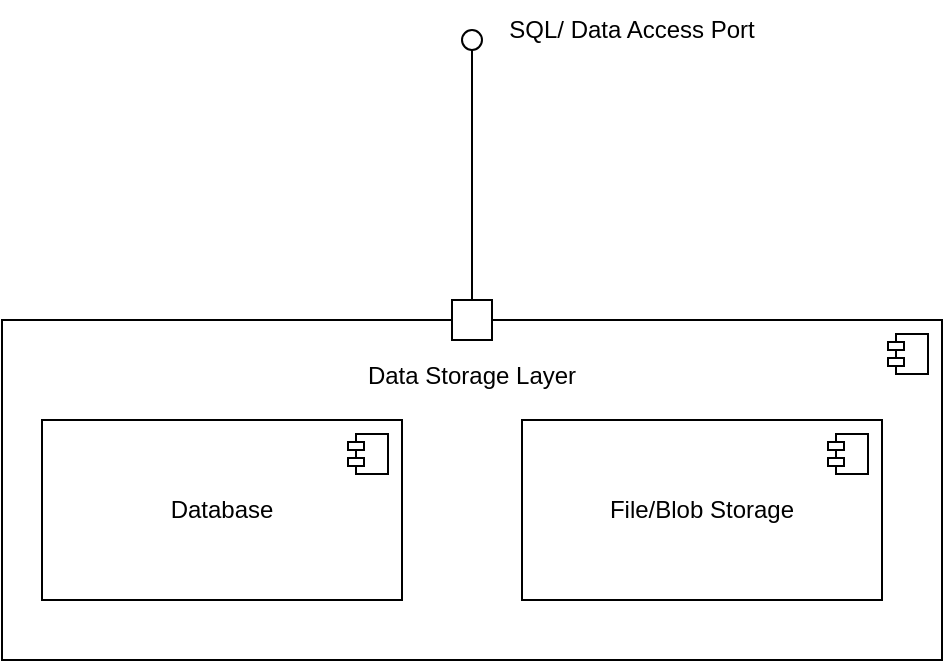
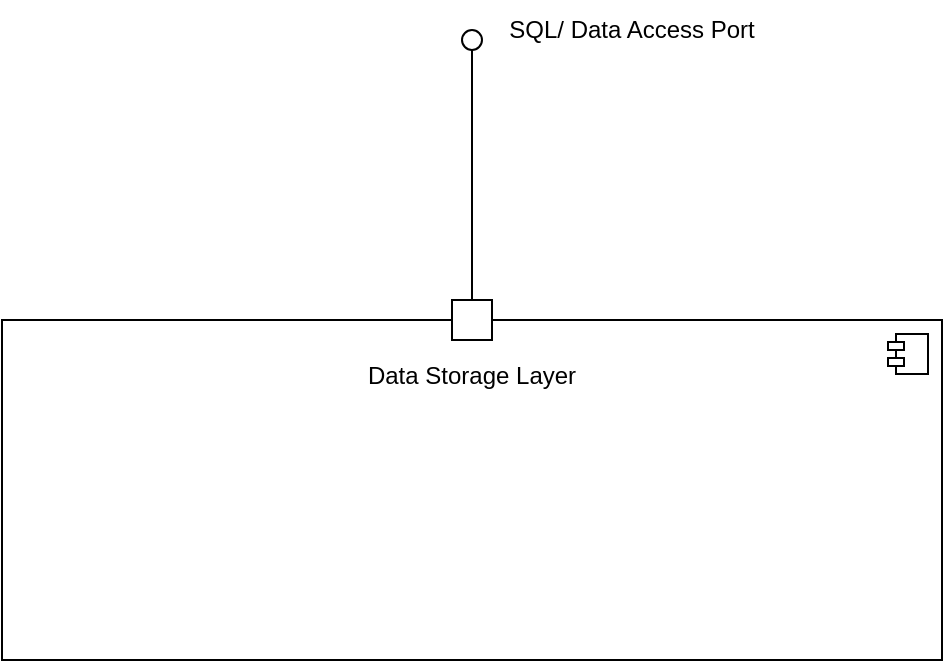
<mxfile host="app.diagrams.net">
  <diagram name="Page-1" id="F0QxqOnb7PiL8sqdAh83">
-     <mxGraphModel dx="994" dy="639" grid="1" gridSize="10" guides="1" tooltips="1" connect="1" arrows="1" fold="1" page="1" pageScale="1" pageWidth="850" pageHeight="1100" math="0" shadow="0">
+     <mxGraphModel dx="1406" dy="780" grid="1" gridSize="10" guides="1" tooltips="1" connect="1" arrows="1" fold="1" page="1" pageScale="1" pageWidth="850" pageHeight="1100" math="0" shadow="0">
      <root>
        <mxCell id="0" />
        <mxCell id="1" parent="0" />
        <mxCell id="UyaXTx_Y78mbNfcbwDsM-6" parent="1" style="html=1;dropTarget=0;whiteSpace=wrap;verticalAlign=top;" value="&lt;div&gt;&lt;br&gt;&lt;/div&gt;Data Storage Layer" vertex="1">
          <mxGeometry height="170" width="470" x="190" y="340" as="geometry" />
        </mxCell>
        <mxCell id="UyaXTx_Y78mbNfcbwDsM-7" parent="UyaXTx_Y78mbNfcbwDsM-6" style="shape=module;jettyWidth=8;jettyHeight=4;" value="" vertex="1">
-           <mxGeometry height="20" relative="1" width="20" x="1" as="geometry">
-             <mxPoint x="-27" y="7" as="offset" />
-           </mxGeometry>
-         </mxCell>
-         <mxCell id="UyaXTx_Y78mbNfcbwDsM-2" parent="1" style="html=1;dropTarget=0;whiteSpace=wrap;" value="Database" vertex="1">
-           <mxGeometry height="90" width="180" x="210" y="390" as="geometry" />
-         </mxCell>
-         <mxCell id="UyaXTx_Y78mbNfcbwDsM-3" parent="UyaXTx_Y78mbNfcbwDsM-2" style="shape=module;jettyWidth=8;jettyHeight=4;" value="" vertex="1">
-           <mxGeometry height="20" relative="1" width="20" x="1" as="geometry">
-             <mxPoint x="-27" y="7" as="offset" />
-           </mxGeometry>
-         </mxCell>
-         <mxCell id="UyaXTx_Y78mbNfcbwDsM-4" parent="1" style="html=1;dropTarget=0;whiteSpace=wrap;" value="File/Blob Storage" vertex="1">
-           <mxGeometry height="90" width="180" x="450" y="390" as="geometry" />
-         </mxCell>
-         <mxCell id="UyaXTx_Y78mbNfcbwDsM-5" parent="UyaXTx_Y78mbNfcbwDsM-4" style="shape=module;jettyWidth=8;jettyHeight=4;" value="" vertex="1">
          <mxGeometry height="20" relative="1" width="20" x="1" as="geometry">
            <mxPoint x="-27" y="7" as="offset" />
          </mxGeometry>
        </mxCell>
        <mxCell id="UyaXTx_Y78mbNfcbwDsM-11" parent="1" style="ellipse;whiteSpace=wrap;html=1;align=center;aspect=fixed;fillColor=none;strokeColor=none;resizable=0;perimeter=centerPerimeter;rotatable=0;allowArrows=0;points=[];outlineConnect=1;" value="" vertex="1">
          <mxGeometry height="10" width="10" x="305" y="360" as="geometry" />
        </mxCell>
        <mxCell id="UyaXTx_Y78mbNfcbwDsM-12" parent="1" style="text;html=1;whiteSpace=wrap;strokeColor=none;fillColor=none;align=center;verticalAlign=middle;rounded=0;" value="SQL/ Data Access Port" vertex="1">
          <mxGeometry height="30" width="150" x="430" y="180" as="geometry" />
        </mxCell>
        <mxCell id="UyaXTx_Y78mbNfcbwDsM-14" edge="1" parent="1" source="UyaXTx_Y78mbNfcbwDsM-6" style="rounded=0;orthogonalLoop=1;jettySize=auto;html=1;endArrow=oval;endFill=0;sketch=0;sourcePerimeterSpacing=0;targetPerimeterSpacing=0;endSize=10;exitX=0.5;exitY=0;exitDx=0;exitDy=0;" value="">
          <mxGeometry relative="1" as="geometry">
            <mxPoint x="425" y="340" as="sourcePoint" />
            <mxPoint x="425" y="200" as="targetPoint" />
          </mxGeometry>
        </mxCell>
        <mxCell id="UyaXTx_Y78mbNfcbwDsM-15" parent="1" style="whiteSpace=wrap;html=1;aspect=fixed;" value="" vertex="1">
          <mxGeometry height="20" width="20" x="415" y="330" as="geometry" />
        </mxCell>
      </root>
    </mxGraphModel>
  </diagram>
</mxfile>
